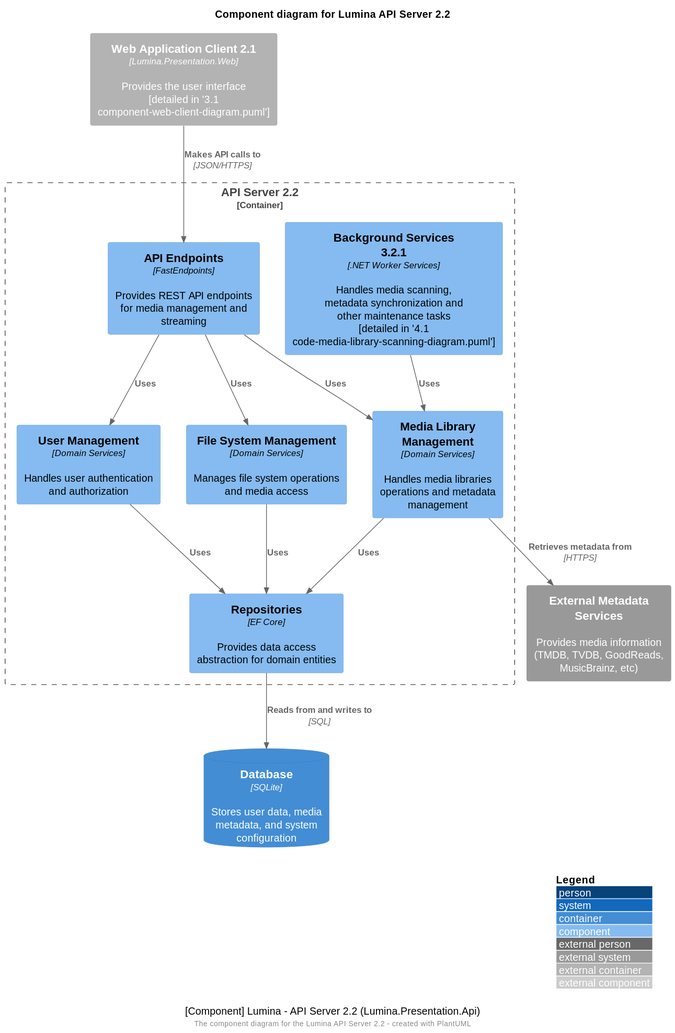
Above: docs/technical/architecture/3.2 component-api-server-diagram.svg in BinaryAlley/Lumina (PlantUML), before the change.
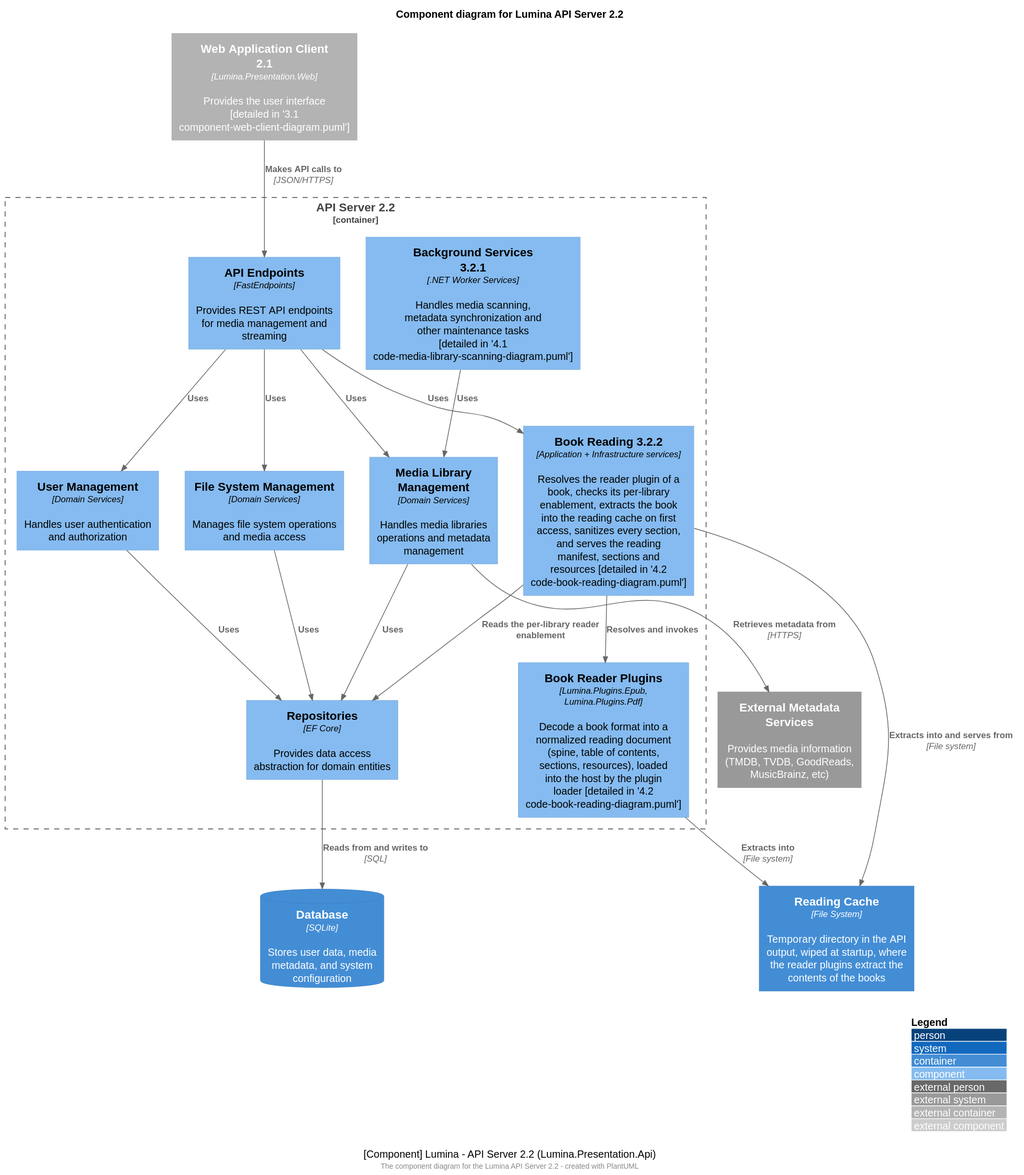
The same file after the commit.

What changed in the source:
```diff
@@ -17,10 +17,16 @@
 
     Component(backgroundServices, "Background Services 3.2.1", ".NET Worker Services", "Handles media scanning, metadata synchronization and other maintenance tasks [detailed in '4.1 code-media-library-scanning-diagram.puml']")
 
+    Component(bookReading, "Book Reading 3.2.2", "Application + Infrastructure services", "Resolves the reader plugin of a book, checks its per-library enablement, extracts the book into the reading cache on first access, sanitizes every section, and serves the reading manifest, sections and resources [detailed in '4.2 code-book-reading-diagram.puml']")
+
+    Component(readerPlugins, "Book Reader Plugins", "Lumina.Plugins.Epub, Lumina.Plugins.Pdf", "Decode a book format into a normalized reading document (spine, table of contents, sections, resources), loaded into the host by the plugin loader [detailed in '4.2 code-book-reading-diagram.puml']")
+
     Component(repositories, "Repositories", "EF Core", "Provides data access abstraction for domain entities")
 }
 
 ContainerDb(db, "Database", "SQLite", "Stores user data, media metadata, and system configuration")
+
+Container(readCache, "Reading Cache", "File System", "Temporary directory in the API output, wiped at startup, where the reader plugins extract the contents of the books")
 
 System_Ext(metadataServices, "External Metadata Services", "Provides media information (TMDB, TVDB, GoodReads, MusicBrainz, etc)")
 
@@ -28,12 +34,17 @@
 Rel(endpoints, mediaManagement, "Uses")
 Rel(endpoints, userManagement, "Uses")
 Rel(endpoints, fileSystem, "Uses")
+Rel(endpoints, bookReading, "Uses")
 Rel(mediaManagement, repositories, "Uses")
 Rel(userManagement, repositories, "Uses")
 Rel(fileSystem, repositories, "Uses")
 Rel(backgroundServices, mediaManagement, "Uses")
 Rel(repositories, db, "Reads from and writes to", "SQL")
 Rel(mediaManagement, metadataServices, "Retrieves metadata from", "HTTPS")
+Rel(bookReading, readerPlugins, "Resolves and invokes")
+Rel(bookReading, repositories, "Reads the per-library reader enablement")
+Rel(bookReading, readCache, "Extracts into and serves from", "File system")
+Rel(readerPlugins, readCache, "Extracts into", "File system")
 
 caption [Component] Lumina - API Server 2.2 (Lumina.Presentation.Api)
 
```
